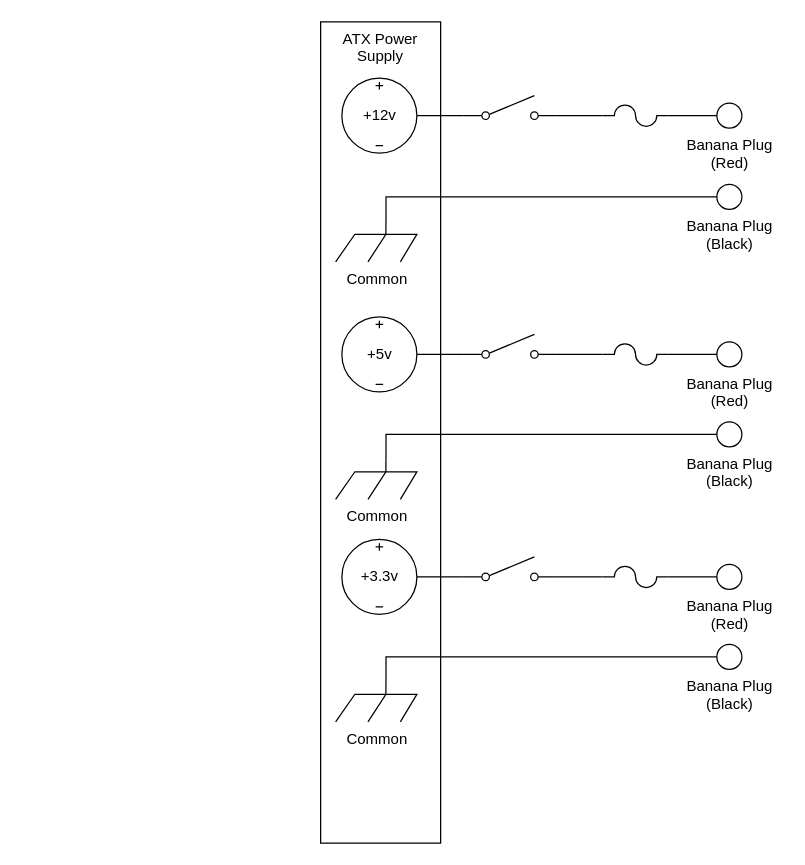
Above: Untitled Diagram.drawio in ChanEilFhios/circuits (draw.io), before the change. Source tidied: cells renumbered, new cells numbered last; positions are measured from the earlier drawing's top-left corner, leaving out a move shared by most shapes. Both pictures are drawn from the tidied source at 125%, with x=0, y=0 at pixel (320, 21).
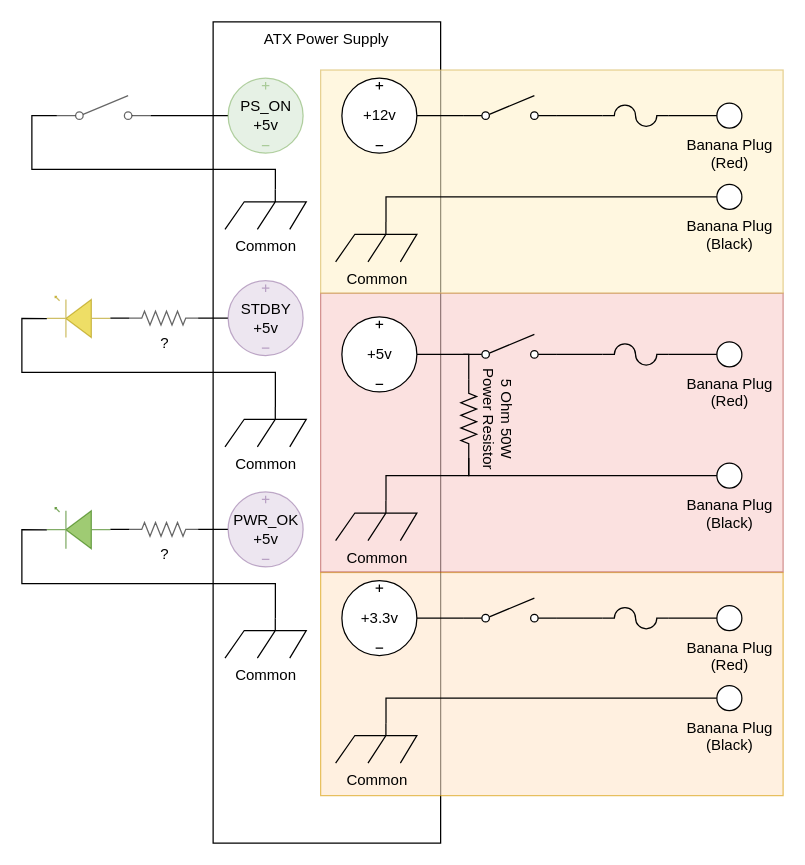
Above is the later version.

Commit message:
Add ATX Control elements

The change refers to these unchanged cells:
```xml
<mxCell id="15" style="verticalLabelPosition=bottom;shadow=0;dashed=0;align=center;html=1;verticalAlign=top;shape=mxgraph.electrical.electro-mechanical.simple_switch;" parent="1" vertex="1">
  <mxGeometry x="114" y="250" width="75" height="19" as="geometry" />
</mxCell>
```

Diff of the diagram source:
```diff
@@
     <mxCell id="2" value="ATX Power Supply" style="rounded=0;whiteSpace=wrap;html=1;verticalAlign=top;" parent="1" vertex="1">
-      <mxGeometry width="96" height="657" as="geometry" />
+      <mxGeometry x="-86" width="182" height="657" as="geometry" />
     </mxCell>
+    <mxCell id="33" style="rounded=0;whiteSpace=wrap;html=1;opacity=60;fillColor=#ffe6cc;strokeColor=#d79b00;" parent="1" vertex="1">
+      <mxGeometry y="440.5" width="370" height="178.5" as="geometry" />
+    </mxCell>
+    <mxCell id="34" style="rounded=0;whiteSpace=wrap;html=1;opacity=60;fillColor=#f8cecc;strokeColor=#b85450;" parent="1" vertex="1">
+      <mxGeometry y="217" width="370" height="223" as="geometry" />
+    </mxCell>
+    <mxCell id="35" style="rounded=0;whiteSpace=wrap;html=1;fillColor=#fff2cc;strokeColor=#d6b656;opacity=60;" parent="1" vertex="1">
+      <mxGeometry y="38.5" width="370" height="178.5" as="geometry" />
+    </mxCell>
@@
+    <mxCell id="36" style="edgeStyle=orthogonalEdgeStyle;rounded=0;jettySize=auto;html=1;exitX=0;exitY=0.84;exitDx=0;exitDy=0;exitPerimeter=0;entryX=0;entryY=0.5;entryDx=0;entryDy=0;entryPerimeter=0;endArrow=none;endFill=0;" parent="1" edge="1" source="15" target="39">
+      <mxGeometry relative="1" as="geometry" />
+    </mxCell>
@@
-    <mxCell id="20" style="edgeStyle=orthogonalEdgeStyle;rounded=0;jettySize=auto;html=1;entryX=0;entryY=0.5;entryDx=0;entryDy=0;endArrow=none;endFill=0;exitX=0.62;exitY=0;exitDx=0;exitDy=0;exitPerimeter=0;" parent="1" edge="1" source="21" target="22">
-      <mxGeometry relative="1" as="geometry" />
-    </mxCell>
+    <mxCell id="37" style="edgeStyle=orthogonalEdgeStyle;rounded=0;jettySize=auto;html=1;exitX=0.62;exitY=0;exitDx=0;exitDy=0;exitPerimeter=0;entryX=1;entryY=0.5;entryDx=0;entryDy=0;entryPerimeter=0;endArrow=none;endFill=0;" parent="1" edge="1" source="21" target="39">
+      <mxGeometry relative="1" as="geometry">
+        <Array as="points">
+          <mxPoint x="52" y="363" />
+          <mxPoint x="119" y="363" />
+        </Array>
+      </mxGeometry>
+    </mxCell>
     <mxCell id="21" value="Common" style="verticalLabelPosition=bottom;shadow=0;dashed=0;align=center;html=1;verticalAlign=top;shape=mxgraph.electrical.miscellaneous.chassis;" parent="1" vertex="1">
-      <mxGeometry x="12" y="350" width="65" height="32" as="geometry" />
+      <mxGeometry x="12" y="383" width="65" height="32" as="geometry" />
     </mxCell>
     <mxCell id="22" value="Banana Plug&lt;br&gt;(Black)" style="verticalLabelPosition=bottom;shadow=0;dashed=0;align=center;html=1;verticalAlign=top;strokeWidth=1;shape=ellipse;perimeter=ellipsePerimeter;" parent="1" vertex="1">
-      <mxGeometry x="317" y="320" width="20" height="20" as="geometry" />
+      <mxGeometry x="317" y="353" width="20" height="20" as="geometry" />
     </mxCell>
@@
     <mxCell id="25" style="verticalLabelPosition=bottom;shadow=0;dashed=0;align=center;html=1;verticalAlign=top;shape=mxgraph.electrical.electro-mechanical.simple_switch;" parent="1" vertex="1">
-      <mxGeometry x="114" y="428" width="75" height="19" as="geometry" />
+      <mxGeometry x="114" y="461" width="75" height="19" as="geometry" />
     </mxCell>
     <mxCell id="26" value="Banana Plug&lt;br&gt;(Red)" style="verticalLabelPosition=bottom;shadow=0;dashed=0;align=center;html=1;verticalAlign=top;strokeWidth=1;shape=ellipse;perimeter=ellipsePerimeter;" parent="1" vertex="1">
-      <mxGeometry x="317" y="434" width="20" height="20" as="geometry" />
+      <mxGeometry x="317" y="467" width="20" height="20" as="geometry" />
     </mxCell>
     <mxCell id="27" value="+3.3v" style="verticalLabelPosition=middle;shadow=0;dashed=0;align=center;html=1;verticalAlign=middle;shape=mxgraph.electrical.signal_sources.source;points=[[0.5,0,0],[1,0.5,0],[0.5,1,0],[0,0.5,0]];elSignalType=dc3;labelPosition=center;" parent="1" vertex="1">
-      <mxGeometry x="17" y="414" width="60" height="60" as="geometry" />
+      <mxGeometry x="17" y="447" width="60" height="60" as="geometry" />
     </mxCell>
@@
     <mxCell id="29" style="verticalLabelPosition=bottom;shadow=0;dashed=0;align=center;html=1;verticalAlign=top;shape=mxgraph.electrical.miscellaneous.fuse_4;" parent="1" vertex="1">
-      <mxGeometry x="225.4" y="435.5" width="53.1" height="17" as="geometry" />
+      <mxGeometry x="225.4" y="468.5" width="53.1" height="17" as="geometry" />
     </mxCell>
@@
     <mxCell id="31" value="Common" style="verticalLabelPosition=bottom;shadow=0;dashed=0;align=center;html=1;verticalAlign=top;shape=mxgraph.electrical.miscellaneous.chassis;" parent="1" vertex="1">
-      <mxGeometry x="12" y="528" width="65" height="32" as="geometry" />
+      <mxGeometry x="12" y="561" width="65" height="32" as="geometry" />
     </mxCell>
     <mxCell id="32" value="Banana Plug&lt;br&gt;(Black)" style="verticalLabelPosition=bottom;shadow=0;dashed=0;align=center;html=1;verticalAlign=top;strokeWidth=1;shape=ellipse;perimeter=ellipsePerimeter;" parent="1" vertex="1">
-      <mxGeometry x="317" y="498" width="20" height="20" as="geometry" />
+      <mxGeometry x="317" y="531" width="20" height="20" as="geometry" />
     </mxCell>
+    <mxCell id="38" style="edgeStyle=orthogonalEdgeStyle;rounded=0;jettySize=auto;html=1;exitX=1;exitY=0.5;exitDx=0;exitDy=0;exitPerimeter=0;entryX=0;entryY=0.5;entryDx=0;entryDy=0;endArrow=none;endFill=0;" parent="1" edge="1" source="39" target="22">
+      <mxGeometry relative="1" as="geometry">
+        <Array as="points">
+          <mxPoint x="119" y="363" />
+        </Array>
+      </mxGeometry>
+    </mxCell>
+    <mxCell id="39" value="5 Ohm 50W&lt;br&gt;Power Resistor" style="verticalLabelPosition=top;shadow=0;dashed=0;align=center;html=1;verticalAlign=bottom;shape=mxgraph.electrical.resistors.resistor_2;rotation=90;horizontal=1;labelPosition=center;" parent="1" vertex="1">
+      <mxGeometry x="87" y="311" width="63" height="12.6" as="geometry" />
+    </mxCell>
+    <mxCell id="40" style="edgeStyle=orthogonalEdgeStyle;rounded=0;jettySize=auto;html=1;entryX=1;entryY=0.84;entryDx=0;entryDy=0;entryPerimeter=0;endArrow=none;endFill=0;" parent="1" edge="1" source="41" target="44">
+      <mxGeometry relative="1" as="geometry" />
+    </mxCell>
+    <mxCell id="41" value="PS_ON&lt;br&gt;+5v" style="verticalLabelPosition=middle;shadow=0;dashed=0;align=center;html=1;verticalAlign=middle;shape=mxgraph.electrical.signal_sources.source;points=[[0.5,0,0],[1,0.5,0],[0.5,1,0],[0,0.5,0]];elSignalType=dc3;opacity=60;fillColor=#d5e8d4;strokeColor=#82b366;labelPosition=center;" parent="1" vertex="1">
+      <mxGeometry x="-74" y="45" width="60" height="60" as="geometry" />
+    </mxCell>
+    <mxCell id="42" value="Common" style="verticalLabelPosition=bottom;shadow=0;dashed=0;align=center;html=1;verticalAlign=top;shape=mxgraph.electrical.miscellaneous.chassis;" parent="1" vertex="1">
+      <mxGeometry x="-76.5" y="134" width="65" height="32" as="geometry" />
+    </mxCell>
+    <mxCell id="43" style="edgeStyle=orthogonalEdgeStyle;rounded=0;jettySize=auto;html=1;exitX=0;exitY=0.84;exitDx=0;exitDy=0;exitPerimeter=0;entryX=0.62;entryY=0;entryDx=0;entryDy=0;entryPerimeter=0;endArrow=none;endFill=0;" parent="1" edge="1" source="44" target="42">
+      <mxGeometry relative="1" as="geometry">
+        <Array as="points">
+          <mxPoint x="-231" y="75" />
+          <mxPoint x="-231" y="118" />
+          <mxPoint x="-36" y="118" />
+        </Array>
+      </mxGeometry>
+    </mxCell>
+    <mxCell id="44" style="verticalLabelPosition=bottom;shadow=0;dashed=0;align=center;html=1;verticalAlign=top;shape=mxgraph.electrical.electro-mechanical.simple_switch;opacity=60;" parent="1" vertex="1">
+      <mxGeometry x="-211" y="59" width="75" height="19" as="geometry" />
+    </mxCell>
+    <mxCell id="45" style="edgeStyle=orthogonalEdgeStyle;rounded=0;jettySize=auto;html=1;exitX=1;exitY=0.54;exitDx=0;exitDy=0;exitPerimeter=0;entryX=0.62;entryY=0;entryDx=0;entryDy=0;entryPerimeter=0;endArrow=none;endFill=0;" parent="1" edge="1" source="46" target="51">
+      <mxGeometry relative="1" as="geometry" />
+    </mxCell>
+    <mxCell id="46" style="verticalLabelPosition=bottom;shadow=0;dashed=0;align=center;html=1;verticalAlign=top;shape=mxgraph.electrical.opto_electronics.led_1;opacity=60;rotation=-180;flipV=1;fillColor=#e3c800;strokeColor=#B09500;fontColor=#000000;" parent="1" vertex="1">
+      <mxGeometry x="-219" y="219.5" width="50.8" height="33" as="geometry" />
+    </mxCell>
+    <mxCell id="47" style="edgeStyle=orthogonalEdgeStyle;rounded=0;jettySize=auto;html=1;exitX=0;exitY=0.5;exitDx=0;exitDy=0;exitPerimeter=0;entryX=1;entryY=0.5;entryDx=0;entryDy=0;entryPerimeter=0;endArrow=none;endFill=0;" parent="1" edge="1" source="48" target="50">
+      <mxGeometry relative="1" as="geometry" />
+    </mxCell>
+    <mxCell id="48" value="STDBY&lt;br&gt;+5v" style="verticalLabelPosition=middle;shadow=0;dashed=0;align=center;html=1;verticalAlign=middle;shape=mxgraph.electrical.signal_sources.source;points=[[0.5,0,0],[1,0.5,0],[0.5,1,0],[0,0.5,0]];elSignalType=dc3;opacity=60;fillColor=#e1d5e7;strokeColor=#9673a6;labelPosition=center;" parent="1" vertex="1">
+      <mxGeometry x="-74" y="207" width="60" height="60" as="geometry" />
+    </mxCell>
+    <mxCell id="49" style="edgeStyle=orthogonalEdgeStyle;rounded=0;jettySize=auto;html=1;exitX=0;exitY=0.5;exitDx=0;exitDy=0;exitPerimeter=0;entryX=0;entryY=0.54;entryDx=0;entryDy=0;entryPerimeter=0;endArrow=none;endFill=0;" parent="1" edge="1" source="50" target="46">
+      <mxGeometry relative="1" as="geometry" />
+    </mxCell>
+    <mxCell id="50" value="?" style="verticalLabelPosition=bottom;shadow=0;dashed=0;align=center;html=1;verticalAlign=top;shape=mxgraph.electrical.resistors.resistor_2;opacity=60;" parent="1" vertex="1">
+      <mxGeometry x="-153" y="231.5" width="55" height="11" as="geometry" />
+    </mxCell>
+    <mxCell id="51" value="Common" style="verticalLabelPosition=bottom;shadow=0;dashed=0;align=center;html=1;verticalAlign=top;shape=mxgraph.electrical.miscellaneous.chassis;" parent="1" vertex="1">
+      <mxGeometry x="-76.5" y="308" width="65" height="32" as="geometry" />
+    </mxCell>
+    <mxCell id="52" style="edgeStyle=orthogonalEdgeStyle;rounded=0;jettySize=auto;html=1;exitX=1;exitY=0.54;exitDx=0;exitDy=0;exitPerimeter=0;entryX=0.62;entryY=0;entryDx=0;entryDy=0;entryPerimeter=0;endArrow=none;endFill=0;" parent="1" edge="1" source="53" target="58">
+      <mxGeometry relative="1" as="geometry" />
+    </mxCell>
+    <mxCell id="53" style="verticalLabelPosition=bottom;shadow=0;dashed=0;align=center;html=1;verticalAlign=top;shape=mxgraph.electrical.opto_electronics.led_1;opacity=60;rotation=-180;flipV=1;fillColor=#60a917;strokeColor=#2D7600;fontColor=#ffffff;" parent="1" vertex="1">
+      <mxGeometry x="-219" y="388.5" width="50.8" height="33" as="geometry" />
+    </mxCell>
+    <mxCell id="54" style="edgeStyle=orthogonalEdgeStyle;rounded=0;jettySize=auto;html=1;exitX=0;exitY=0.5;exitDx=0;exitDy=0;exitPerimeter=0;entryX=1;entryY=0.5;entryDx=0;entryDy=0;entryPerimeter=0;endArrow=none;endFill=0;" parent="1" edge="1" source="55" target="57">
+      <mxGeometry relative="1" as="geometry" />
+    </mxCell>
+    <mxCell id="55" value="PWR_OK&lt;br&gt;+5v" style="verticalLabelPosition=middle;shadow=0;dashed=0;align=center;html=1;verticalAlign=middle;shape=mxgraph.electrical.signal_sources.source;points=[[0.5,0,0],[1,0.5,0],[0.5,1,0],[0,0.5,0]];elSignalType=dc3;opacity=60;fillColor=#e1d5e7;strokeColor=#9673a6;labelPosition=center;" parent="1" vertex="1">
+      <mxGeometry x="-74" y="376" width="60" height="60" as="geometry" />
+    </mxCell>
+    <mxCell id="56" style="edgeStyle=orthogonalEdgeStyle;rounded=0;jettySize=auto;html=1;exitX=0;exitY=0.5;exitDx=0;exitDy=0;exitPerimeter=0;entryX=0;entryY=0.54;entryDx=0;entryDy=0;entryPerimeter=0;endArrow=none;endFill=0;" parent="1" edge="1" source="57" target="53">
+      <mxGeometry relative="1" as="geometry" />
+    </mxCell>
+    <mxCell id="57" value="?" style="verticalLabelPosition=bottom;shadow=0;dashed=0;align=center;html=1;verticalAlign=top;shape=mxgraph.electrical.resistors.resistor_2;opacity=60;" parent="1" vertex="1">
+      <mxGeometry x="-153" y="400.5" width="55" height="11" as="geometry" />
+    </mxCell>
+    <mxCell id="58" value="Common" style="verticalLabelPosition=bottom;shadow=0;dashed=0;align=center;html=1;verticalAlign=top;shape=mxgraph.electrical.miscellaneous.chassis;" parent="1" vertex="1">
+      <mxGeometry x="-76.5" y="477" width="65" height="32" as="geometry" />
+    </mxCell>
```
